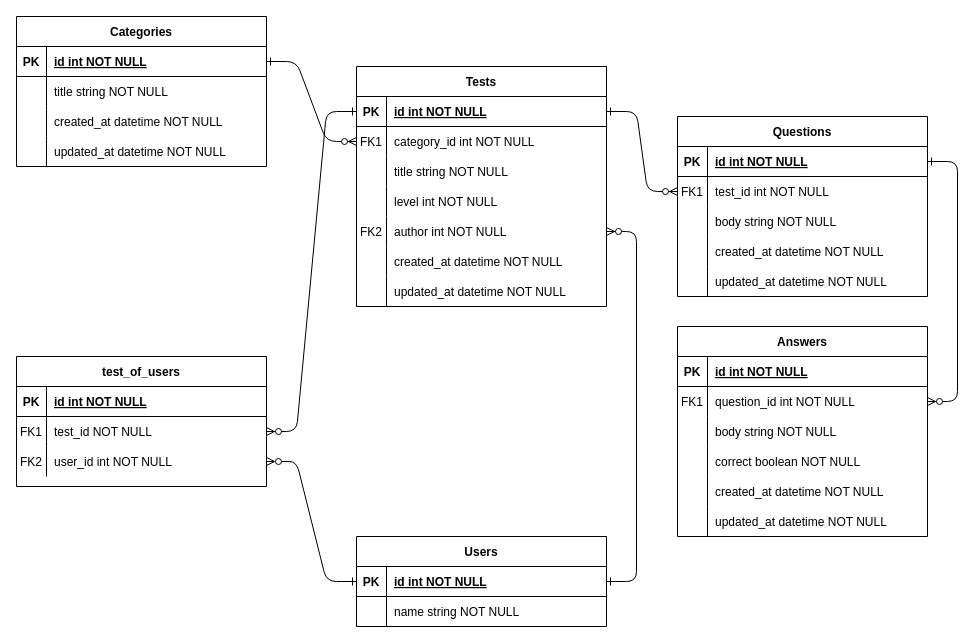
vadimzhukov/TestGuru keeps this draw.io diagram as Диаграмма без названия.drawio. Above is the earlier version. Source tidied: cells renumbered, new cells numbered last; positions are measured from the earlier drawing's top-left corner, leaving out a move shared by most shapes. Both pictures are drawn from the tidied source at 100%, with x=0, y=0 at pixel (16, 16).
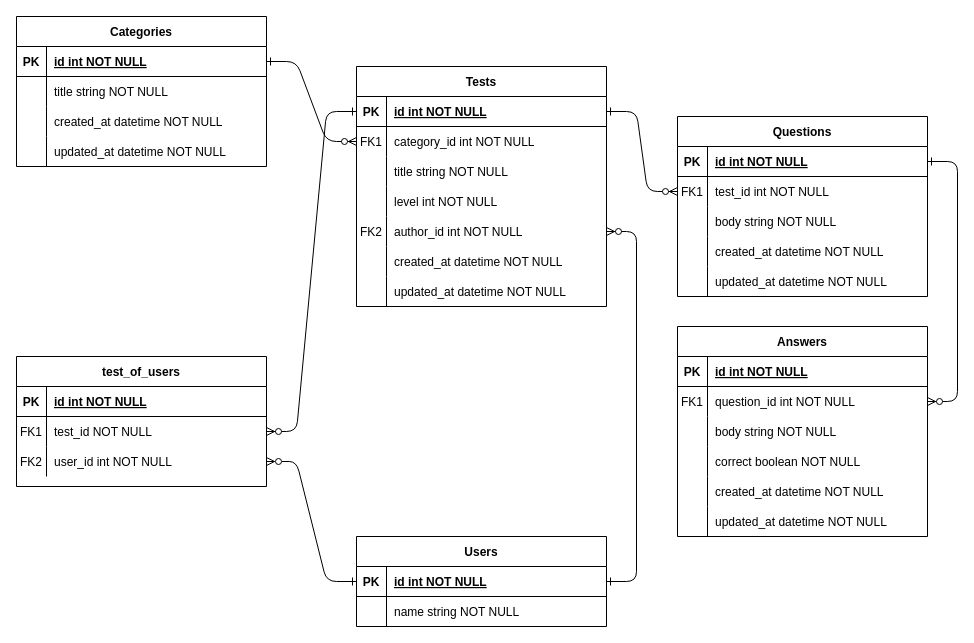
The same diagram, later.

The change refers to these unchanged cells:
```xml
<mxCell id="17" style="shape=partialRectangle;fillColor=none;points=[[0,0.5],[1,0.5]];portConstraint=eastwest;top=0;left=0;right=0;bottom=0;" parent="4" vertex="1">
  <mxGeometry y="150" width="250" height="30" as="geometry" />
</mxCell>
```

Change to the diagram source:
```diff
@@
-    <mxCell id="19" value="author int NOT NULL" style="shape=partialRectangle;overflow=hidden;fillColor=none;top=0;left=0;bottom=0;right=0;align=left;spacingLeft=6;" parent="17" vertex="1">
+    <mxCell id="19" value="author_id int NOT NULL" style="shape=partialRectangle;overflow=hidden;fillColor=none;top=0;left=0;bottom=0;right=0;align=left;spacingLeft=6;" parent="17" vertex="1">
       <mxGeometry x="30" width="220" height="30" as="geometry" />
     </mxCell>
```
